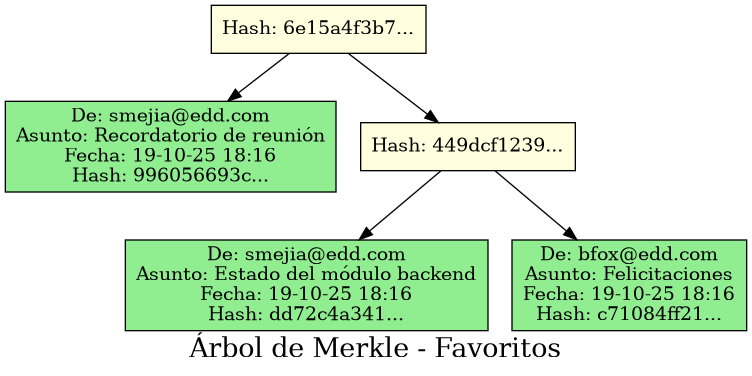
Earlier version of the Graphviz export Fase1/src/lgarcia-Reportes/merkle_tree.png (JoseArt777/-EDD-1S2025_202100305). Its source is kept beside it as Fase1/src/lgarcia-Reportes/merkle_tree.dot. The source it was exported from:
```dot
digraph MerkleTree {
    label="Árbol de Merkle - Favoritos";
    fontsize=20;
    node [shape=box, style=filled];
    rankdir=TB;

    node0 [label="Hash: 6e15a4f3b7...", fillcolor=lightyellow];
    node1 [label="De: smejia@edd.com\nAsunto: Recordatorio de reunión\nFecha: 19-10-25 18:16\nHash: 996056693c...", fillcolor=lightgreen];
    node0 -> node1;
    node2 [label="Hash: 449dcf1239...", fillcolor=lightyellow];
    node3 [label="De: smejia@edd.com\nAsunto: Estado del módulo backend\nFecha: 19-10-25 18:16\nHash: dd72c4a341...", fillcolor=lightgreen];
    node2 -> node3;
    node4 [label="De: bfox@edd.com\nAsunto: Felicitaciones\nFecha: 19-10-25 18:16\nHash: c71084ff21...", fillcolor=lightgreen];
    node2 -> node4;
    node0 -> node2;
}
```
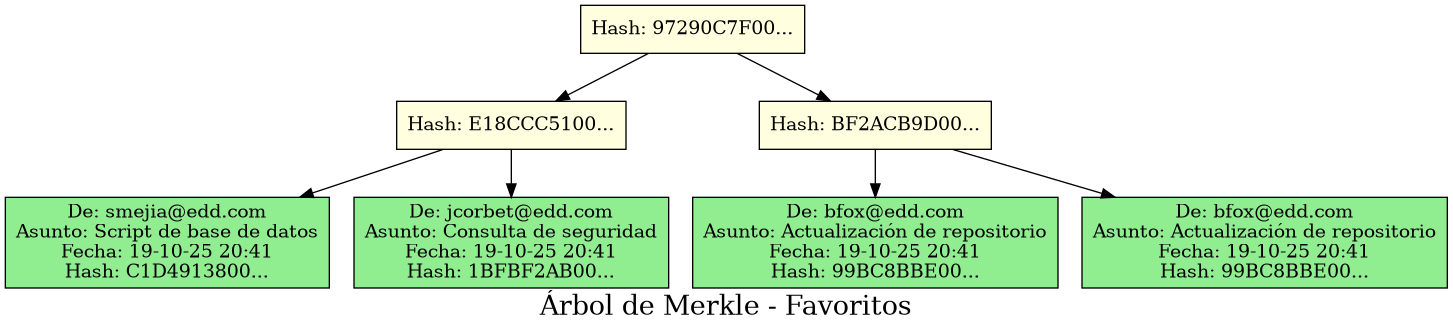
The same diagram one commit later.

Change to the diagram source:
```diff
@@ -4,13 +4,17 @@
     node [shape=box, style=filled];
     rankdir=TB;
 
-    node0 [label="Hash: 6e15a4f3b7...", fillcolor=lightyellow];
-    node1 [label="De: smejia@edd.com\nAsunto: Recordatorio de reunión\nFecha: 19-10-25 18:16\nHash: 996056693c...", fillcolor=lightgreen];
+    node0 [label="Hash: 97290C7F00...", fillcolor=lightyellow];
+    node1 [label="Hash: E18CCC5100...", fillcolor=lightyellow];
+    node2 [label="De: smejia@edd.com\nAsunto: Script de base de datos\nFecha: 19-10-25 20:41\nHash: C1D4913800...", fillcolor=lightgreen];
+    node1 -> node2;
+    node3 [label="De: jcorbet@edd.com\nAsunto: Consulta de seguridad\nFecha: 19-10-25 20:41\nHash: 1BFBF2AB00...", fillcolor=lightgreen];
+    node1 -> node3;
     node0 -> node1;
-    node2 [label="Hash: 449dcf1239...", fillcolor=lightyellow];
-    node3 [label="De: smejia@edd.com\nAsunto: Estado del módulo backend\nFecha: 19-10-25 18:16\nHash: dd72c4a341...", fillcolor=lightgreen];
-    node2 -> node3;
-    node4 [label="De: bfox@edd.com\nAsunto: Felicitaciones\nFecha: 19-10-25 18:16\nHash: c71084ff21...", fillcolor=lightgreen];
-    node2 -> node4;
-    node0 -> node2;
+    node4 [label="Hash: BF2ACB9D00...", fillcolor=lightyellow];
+    node5 [label="De: bfox@edd.com\nAsunto: Actualización de repositorio\nFecha: 19-10-25 20:41\nHash: 99BC8BBE00...", fillcolor=lightgreen];
+    node4 -> node5;
+    node6 [label="De: bfox@edd.com\nAsunto: Actualización de repositorio\nFecha: 19-10-25 20:41\nHash: 99BC8BBE00...", fillcolor=lightgreen];
+    node4 -> node6;
+    node0 -> node4;
 }
```
